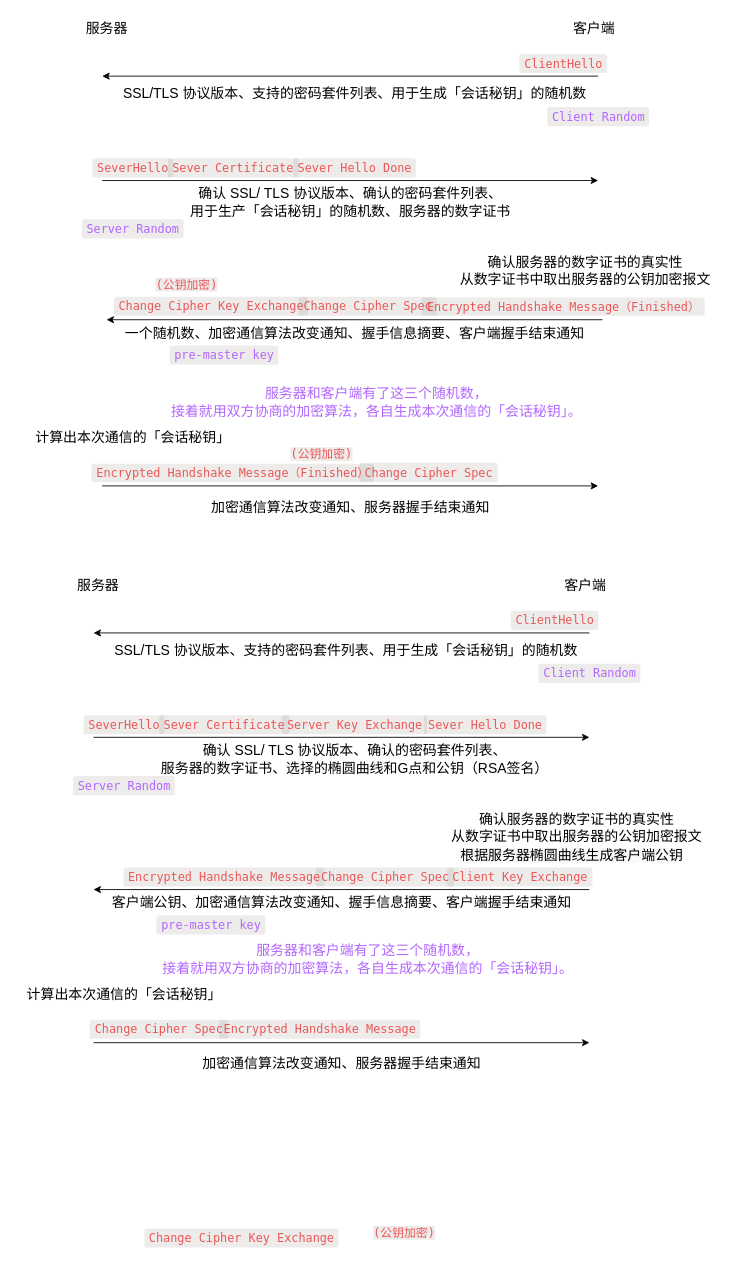
This is SSL/TSL握手.drawio from Angelophenia/MyFirst, a draw.io file, before an edit. Source tidied: cells renumbered, new cells numbered last; positions are measured from the earlier drawing's top-left corner, leaving out a move shared by most shapes. Both pictures are drawn from the tidied source at 87%, with x=0, y=0 at pixel (15, 15).
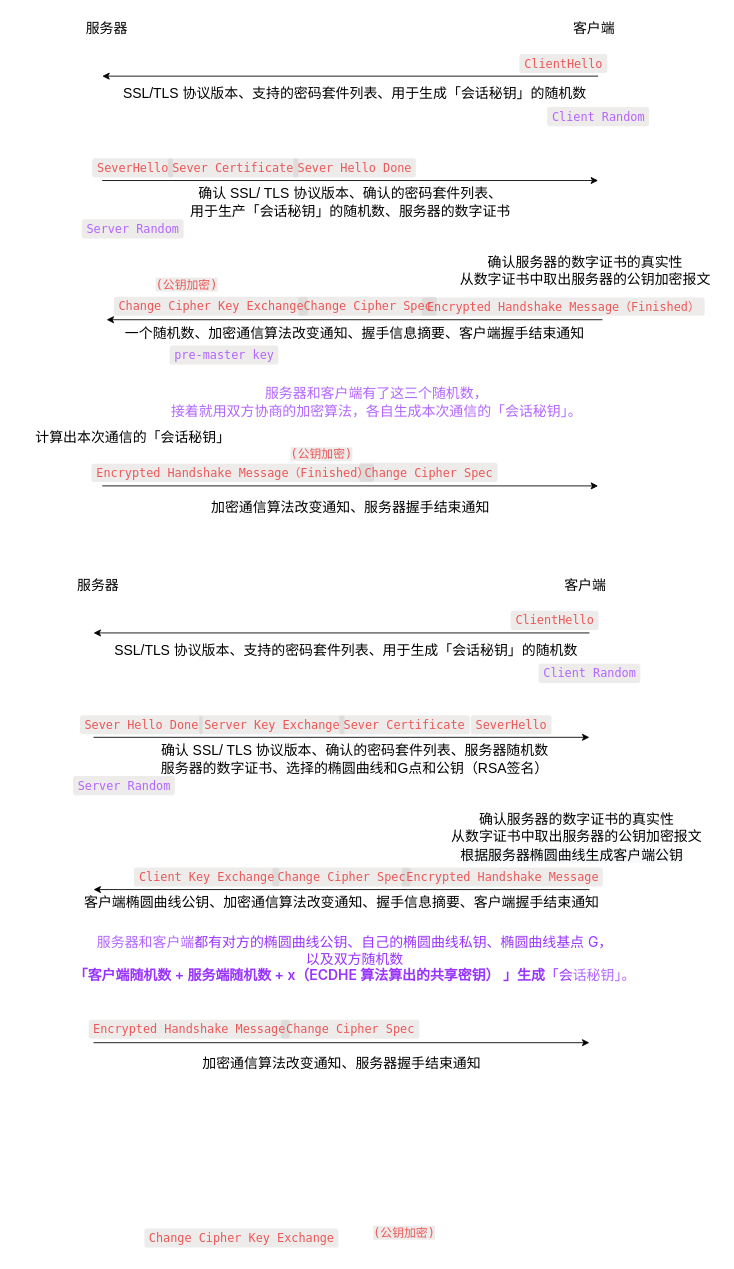
Above is the later version.

What changed in the source:
```diff
@@
     <mxCell id="34" value="&lt;span class=&quot;notion-enable-hover&quot; spellcheck=&quot;false&quot; style=&quot;font-family:&amp;quot;SFMono-Regular&amp;quot;, Menlo, Consolas, &amp;quot;PT Mono&amp;quot;, &amp;quot;Liberation Mono&amp;quot;, Courier, monospace;line-height:normal;background:rgba(135,131,120,0.15);color:#EB5757;border-radius:3px;font-size:85%;padding:0.2em 0.4em&quot;&gt;SeverHello&lt;/span&gt;" style="text;html=1;align=center;verticalAlign=middle;strokeColor=none;fillColor=none;fontSize=16;" parent="1" vertex="1">
-      <mxGeometry x="70" y="800" width="110" height="30" as="geometry" />
+      <mxGeometry x="515" y="800" width="110" height="30" as="geometry" />
     </mxCell>
@@
-    <mxCell id="36" value="确认 SSL/ TLS 协议版本、确认的密码套件列表、&lt;br&gt;服务器的数字证书、选择的椭圆曲线和G点和公钥（RSA签名）" style="text;html=1;align=center;verticalAlign=middle;strokeColor=none;fillColor=none;fontSize=16;" parent="1" vertex="1">
+    <mxCell id="36" value="确认 SSL/ TLS 协议版本、确认的密码套件列表、服务器随机数&lt;br&gt;服务器的数字证书、选择的椭圆曲线和G点和公钥（RSA签名）" style="text;html=1;align=center;verticalAlign=middle;strokeColor=none;fillColor=none;fontSize=16;" parent="1" vertex="1">
       <mxGeometry x="155" y="830" width="470" height="50" as="geometry" />
     </mxCell>
@@
-    <mxCell id="39" value="客户端公钥、加密通信算法改变通知、握手信息摘要、客户端握手结束通知" style="text;html=1;align=center;verticalAlign=middle;strokeColor=none;fillColor=none;fontSize=16;" parent="1" vertex="1">
-      <mxGeometry x="100" y="1005" width="550" height="30" as="geometry" />
+    <mxCell id="39" value="客户端椭圆曲线公钥、加密通信算法改变通知、握手信息摘要、客户端握手结束通知" style="text;html=1;align=center;verticalAlign=middle;strokeColor=none;fillColor=none;fontSize=16;" parent="1" vertex="1">
+      <mxGeometry x="65" y="1005" width="620" height="30" as="geometry" />
     </mxCell>
@@
-    <mxCell id="42" value="&lt;span class=&quot;notion-enable-hover&quot; spellcheck=&quot;false&quot; style=&quot;font-family: SFMono-Regular, Menlo, Consolas, &amp;quot;PT Mono&amp;quot;, &amp;quot;Liberation Mono&amp;quot;, Courier, monospace; line-height: normal; background: rgba(135, 131, 120, 0.15); border-radius: 3px; font-size: 85%; padding: 0.2em 0.4em;&quot;&gt;pre-master key&lt;/span&gt;" style="text;html=1;align=center;verticalAlign=middle;strokeColor=none;fillColor=none;fontSize=16;fontColor=#B266FF;" parent="1" vertex="1">
-      <mxGeometry x="155" y="1030" width="140" height="30" as="geometry" />
-    </mxCell>
-    <mxCell id="43" value="&lt;span class=&quot;notion-enable-hover&quot; style=&quot;&quot;&gt;服务器和客户端有了这三个随机数，&lt;br&gt;接着就用双方协商的加密算法，各自生成本次通信的「会话秘钥」&lt;/span&gt;。" style="text;html=1;align=center;verticalAlign=middle;strokeColor=none;fillColor=none;fontSize=16;fontColor=#B266FF;" parent="1" vertex="1">
-      <mxGeometry x="155" y="1060" width="500" height="50" as="geometry" />
+    <mxCell id="43" value="&lt;span class=&quot;notion-enable-hover&quot; style=&quot;&quot;&gt;服务器和客户端&lt;span style=&quot;font-family: -apple-system, BlinkMacSystemFont, &amp;quot;Segoe UI&amp;quot;, Roboto, Oxygen, Ubuntu, Cantarell, &amp;quot;Fira Sans&amp;quot;, &amp;quot;Droid Sans&amp;quot;, &amp;quot;Helvetica Neue&amp;quot;, sans-serif; text-align: start;&quot;&gt;&lt;font color=&quot;#9933ff&quot;&gt;都有对方的椭圆曲线公钥、自己的椭圆曲线私钥、椭圆曲线基点 G，&lt;br&gt;以及双方随机数&lt;/font&gt;&lt;/span&gt;&lt;br&gt;&lt;font color=&quot;#9933ff&quot;&gt;&lt;span style=&quot;font-weight: 600; font-family: -apple-system, BlinkMacSystemFont, &amp;quot;Segoe UI&amp;quot;, Roboto, Oxygen, Ubuntu, Cantarell, &amp;quot;Fira Sans&amp;quot;, &amp;quot;Droid Sans&amp;quot;, &amp;quot;Helvetica Neue&amp;quot;, sans-serif; text-align: start;&quot;&gt;「客户端随机数 + 服务端随机数 + x（ECDHE 算法算出的共享密钥） 」生成&lt;/span&gt;「会&lt;/font&gt;话秘钥」&lt;/span&gt;。" style="text;html=1;align=center;verticalAlign=middle;strokeColor=none;fillColor=none;fontSize=16;fontColor=#B266FF;" parent="1" vertex="1">
+      <mxGeometry x="55" y="1045" width="670" height="80" as="geometry" />
     </mxCell>
@@
-    <mxCell id="45" value="计算出本次通信的「会话秘钥」" style="text;html=1;align=center;verticalAlign=middle;strokeColor=none;fillColor=none;fontSize=16;fontColor=#000000;" parent="1" vertex="1">
-      <mxGeometry y="1110" width="250" height="30" as="geometry" />
-    </mxCell>
@@
     <mxCell id="47" value="&lt;span class=&quot;notion-enable-hover&quot; spellcheck=&quot;false&quot; style=&quot;font-family:&amp;quot;SFMono-Regular&amp;quot;, Menlo, Consolas, &amp;quot;PT Mono&amp;quot;, &amp;quot;Liberation Mono&amp;quot;, Courier, monospace;line-height:normal;background:rgba(135,131,120,0.15);color:#EB5757;border-radius:3px;font-size:85%;padding:0.2em 0.4em&quot;&gt;Sever Certificate&lt;/span&gt;" style="text;html=1;align=center;verticalAlign=middle;strokeColor=none;fillColor=none;fontSize=16;" parent="1" vertex="1">
-      <mxGeometry x="160" y="800" width="160" height="30" as="geometry" />
+      <mxGeometry x="367" y="800" width="160" height="30" as="geometry" />
     </mxCell>
     <mxCell id="48" value="&lt;span class=&quot;notion-enable-hover&quot; spellcheck=&quot;false&quot; style=&quot;font-family:&amp;quot;SFMono-Regular&amp;quot;, Menlo, Consolas, &amp;quot;PT Mono&amp;quot;, &amp;quot;Liberation Mono&amp;quot;, Courier, monospace;line-height:normal;background:rgba(135,131,120,0.15);color:#EB5757;border-radius:3px;font-size:85%;padding:0.2em 0.4em&quot;&gt;Sever Hello Done&lt;/span&gt;" style="text;html=1;align=center;verticalAlign=middle;strokeColor=none;fillColor=none;fontSize=16;" parent="1" vertex="1">
-      <mxGeometry x="465" y="800" width="150" height="30" as="geometry" />
+      <mxGeometry x="70" y="800" width="150" height="30" as="geometry" />
     </mxCell>
@@
     <mxCell id="50" value="&lt;span class=&quot;notion-enable-hover&quot; spellcheck=&quot;false&quot; style=&quot;font-family:&amp;quot;SFMono-Regular&amp;quot;, Menlo, Consolas, &amp;quot;PT Mono&amp;quot;, &amp;quot;Liberation Mono&amp;quot;, Courier, monospace;line-height:normal;background:rgba(135,131,120,0.15);color:#EB5757;border-radius:3px;font-size:85%;padding:0.2em 0.4em&quot;&gt;Change Cipher Spec&lt;/span&gt;" style="text;html=1;align=center;verticalAlign=middle;strokeColor=none;fillColor=none;fontSize=16;" parent="1" vertex="1">
-      <mxGeometry x="340" y="975" width="170" height="30" as="geometry" />
+      <mxGeometry x="290" y="975" width="170" height="30" as="geometry" />
     </mxCell>
     <mxCell id="51" value="&lt;span class=&quot;notion-enable-hover&quot; spellcheck=&quot;false&quot; style=&quot;font-family:&amp;quot;SFMono-Regular&amp;quot;, Menlo, Consolas, &amp;quot;PT Mono&amp;quot;, &amp;quot;Liberation Mono&amp;quot;, Courier, monospace;line-height:normal;background:rgba(135,131,120,0.15);color:#EB5757;border-radius:3px;font-size:85%;padding:0.2em 0.4em&quot;&gt;Encrypted Handshake Message&lt;/span&gt;" style="text;html=1;align=center;verticalAlign=middle;strokeColor=none;fillColor=none;fontSize=16;" parent="1" vertex="1">
-      <mxGeometry x="120" y="975" width="240" height="30" as="geometry" />
+      <mxGeometry x="440" y="975" width="240" height="30" as="geometry" />
     </mxCell>
@@
     <mxCell id="53" value="&lt;span class=&quot;notion-enable-hover&quot; spellcheck=&quot;false&quot; style=&quot;font-family:&amp;quot;SFMono-Regular&amp;quot;, Menlo, Consolas, &amp;quot;PT Mono&amp;quot;, &amp;quot;Liberation Mono&amp;quot;, Courier, monospace;line-height:normal;background:rgba(135,131,120,0.15);color:#EB5757;border-radius:3px;font-size:85%;padding:0.2em 0.4em&quot;&gt;Change Cipher Spec&lt;/span&gt;" style="text;html=1;align=center;verticalAlign=middle;strokeColor=none;fillColor=none;fontSize=16;" parent="1" vertex="1">
-      <mxGeometry x="80" y="1150" width="170" height="30" as="geometry" />
+      <mxGeometry x="300" y="1150" width="170" height="30" as="geometry" />
     </mxCell>
     <mxCell id="54" value="&lt;span class=&quot;notion-enable-hover&quot; spellcheck=&quot;false&quot; style=&quot;font-family:&amp;quot;SFMono-Regular&amp;quot;, Menlo, Consolas, &amp;quot;PT Mono&amp;quot;, &amp;quot;Liberation Mono&amp;quot;, Courier, monospace;line-height:normal;background:rgba(135,131,120,0.15);color:#EB5757;border-radius:3px;font-size:85%;padding:0.2em 0.4em&quot;&gt;Encrypted Handshake Message&lt;/span&gt;" style="text;html=1;align=center;verticalAlign=middle;strokeColor=none;fillColor=none;fontSize=16;" parent="1" vertex="1">
-      <mxGeometry x="230" y="1150" width="240" height="30" as="geometry" />
+      <mxGeometry x="80" y="1150" width="240" height="30" as="geometry" />
     </mxCell>
     <mxCell id="55" value="&lt;span class=&quot;notion-enable-hover&quot; spellcheck=&quot;false&quot; style=&quot;font-family:&amp;quot;SFMono-Regular&amp;quot;, Menlo, Consolas, &amp;quot;PT Mono&amp;quot;, &amp;quot;Liberation Mono&amp;quot;, Courier, monospace;line-height:normal;background:rgba(135,131,120,0.15);color:#EB5757;border-radius:3px;font-size:85%;padding:0.2em 0.4em&quot;&gt;Server Key Exchange&lt;/span&gt;" style="text;html=1;align=center;verticalAlign=middle;strokeColor=none;fillColor=none;fontSize=16;" parent="1" vertex="1">
-      <mxGeometry x="300" y="800" width="180" height="30" as="geometry" />
+      <mxGeometry x="205" y="800" width="180" height="30" as="geometry" />
     </mxCell>
@@
     <mxCell id="57" value="&lt;span class=&quot;notion-enable-hover&quot; spellcheck=&quot;false&quot; style=&quot;font-family:&amp;quot;SFMono-Regular&amp;quot;, Menlo, Consolas, &amp;quot;PT Mono&amp;quot;, &amp;quot;Liberation Mono&amp;quot;, Courier, monospace;line-height:normal;background:rgba(135,131,120,0.15);color:#EB5757;border-radius:3px;font-size:85%;padding:0.2em 0.4em&quot;&gt;Client Key Exchange&lt;/span&gt;" style="text;html=1;align=center;verticalAlign=middle;strokeColor=none;fillColor=none;fontSize=16;" parent="1" vertex="1">
-      <mxGeometry x="490" y="975" width="180" height="30" as="geometry" />
+      <mxGeometry x="130" y="975" width="180" height="30" as="geometry" />
     </mxCell>
```
